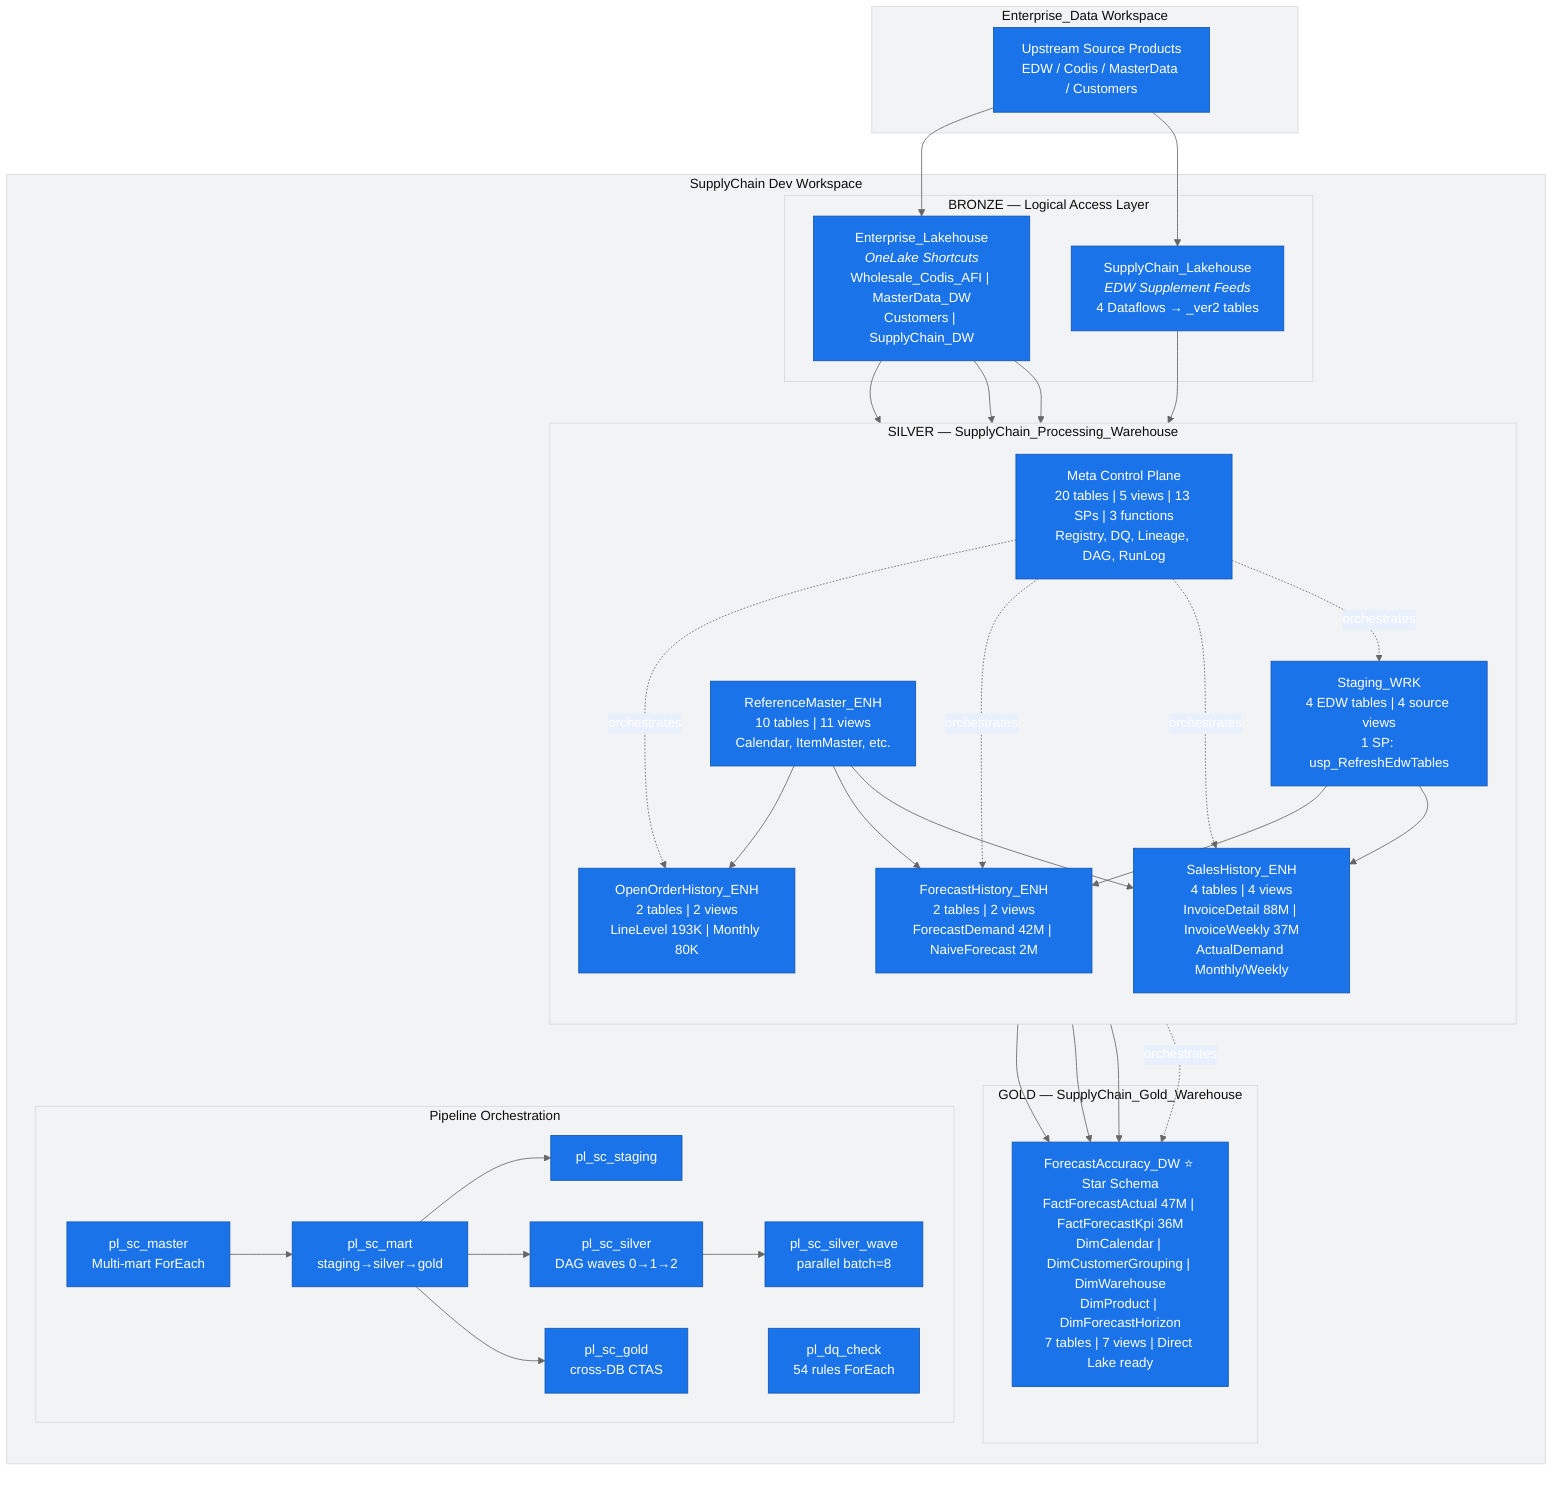
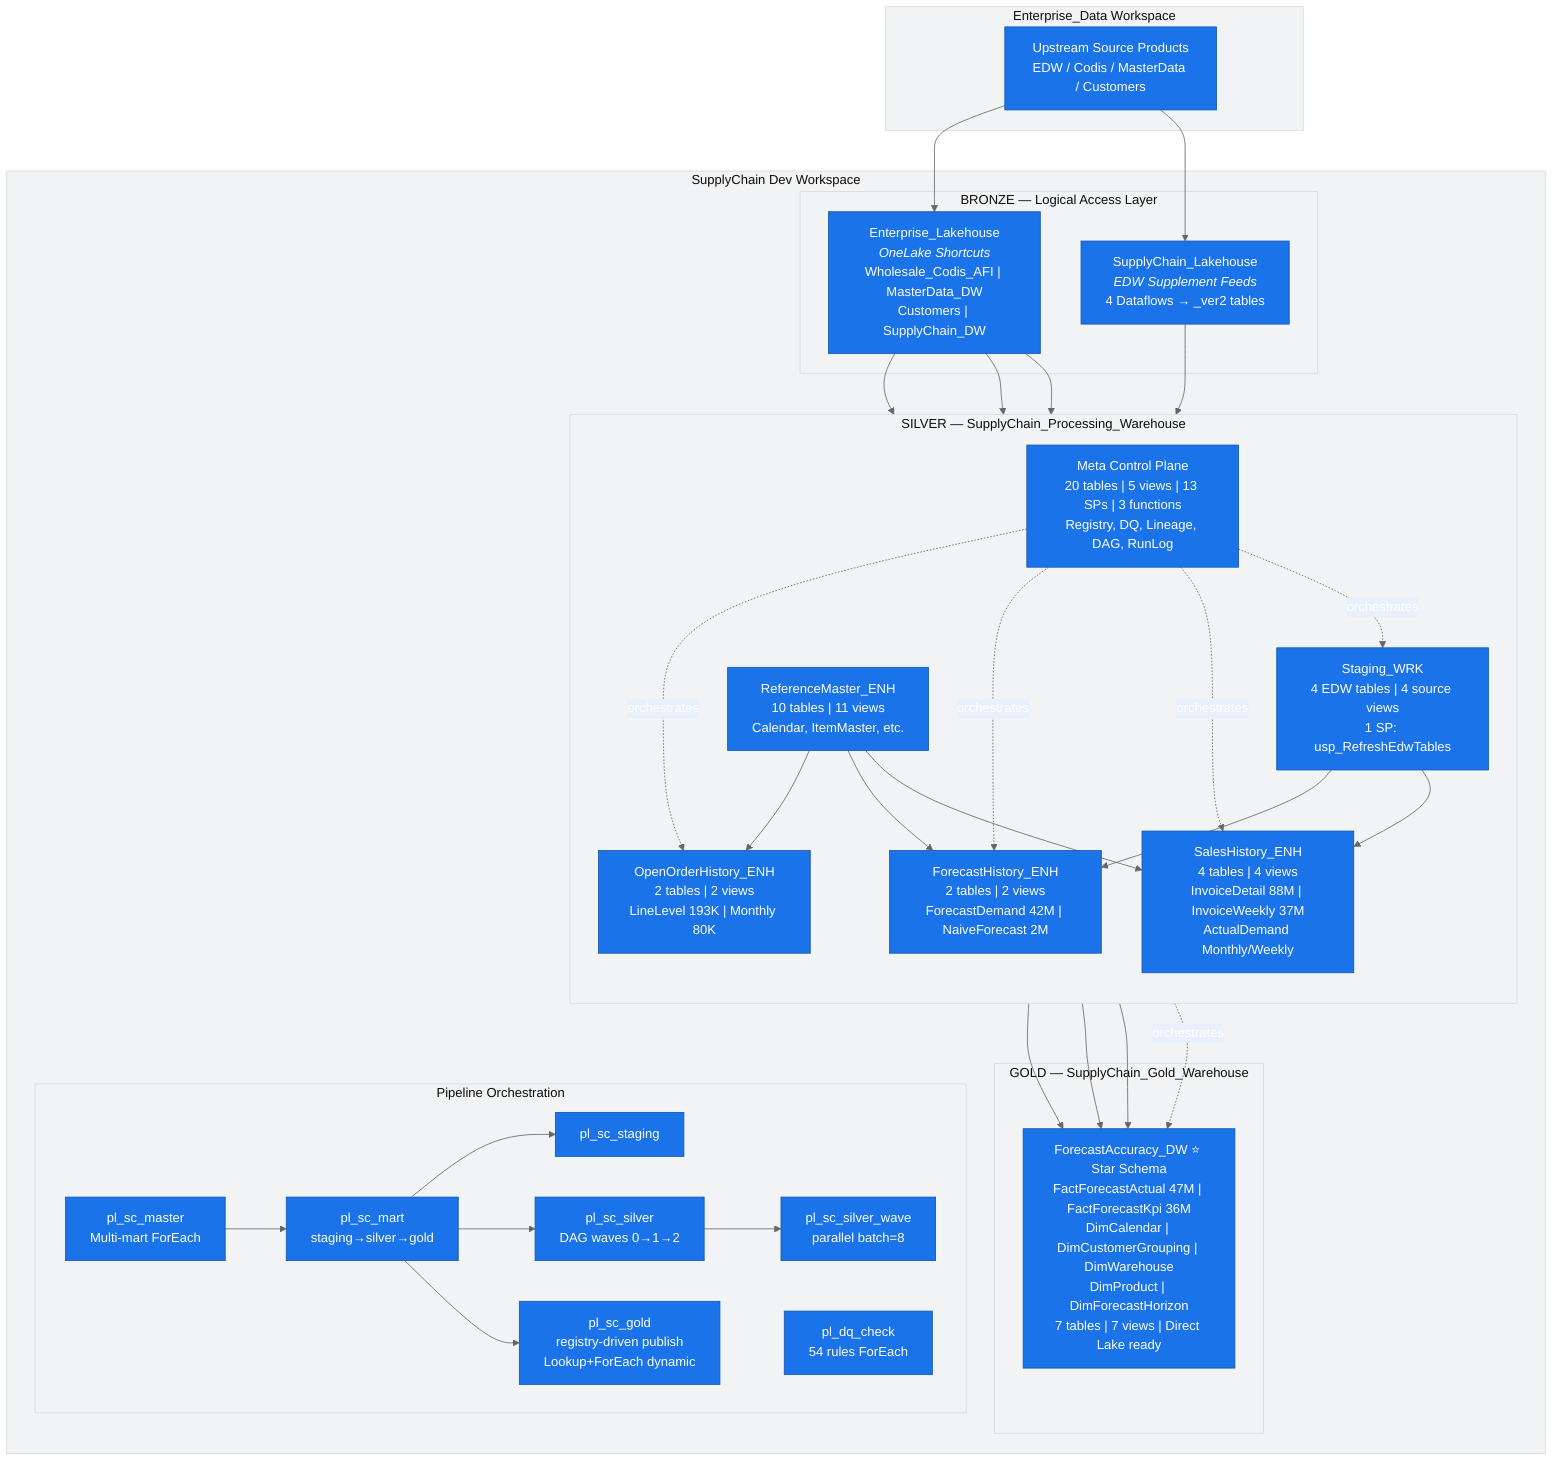
%%{init: {'theme': 'base', 'themeVariables': {'primaryColor': '#1a73e8', 'primaryTextColor': '#fff', 'primaryBorderColor': '#1557b0', 'lineColor': '#666', 'secondaryColor': '#e8f0fe', 'tertiaryColor': '#f1f3f4'}}}%%
flowchart TB
    subgraph EXT["Enterprise_Data Workspace"]
        SRC["Upstream Source Products<br/>EDW / Codis / MasterData / Customers"]
    end

    subgraph SC["SupplyChain Dev Workspace"]
        subgraph BRONZE["BRONZE — Logical Access Layer"]
            EL["Enterprise_Lakehouse<br/><i>OneLake Shortcuts</i><br/>Wholesale_Codis_AFI | MasterData_DW<br/>Customers | SupplyChain_DW"]
            SL["SupplyChain_Lakehouse<br/><i>EDW Supplement Feeds</i><br/>4 Dataflows → _ver2 tables"]
        end

        subgraph SILVER["SILVER — SupplyChain_Processing_Warehouse"]
            direction TB
            STG["Staging_WRK<br/>4 EDW tables | 4 source views<br/>1 SP: usp_RefreshEdwTables"]
            REF["ReferenceMaster_ENH<br/>10 tables | 11 views<br/>Calendar, ItemMaster, etc."]
            SH["SalesHistory_ENH<br/>4 tables | 4 views<br/>InvoiceDetail 88M | InvoiceWeekly 37M<br/>ActualDemand Monthly/Weekly"]
            FH["ForecastHistory_ENH<br/>2 tables | 2 views<br/>ForecastDemand 42M | NaiveForecast 2M"]
            OH["OpenOrderHistory_ENH<br/>2 tables | 2 views<br/>LineLevel 193K | Monthly 80K"]
            META["Meta Control Plane<br/>20 tables | 5 views | 13 SPs | 3 functions<br/>Registry, DQ, Lineage, DAG, RunLog"]
        end

        subgraph GOLD["GOLD — SupplyChain_Gold_Warehouse"]
            FA["ForecastAccuracy_DW ⭐ Star Schema<br/>FactForecastActual 47M | FactForecastKpi 36M<br/>DimCalendar | DimCustomerGrouping | DimWarehouse<br/>DimProduct | DimForecastHorizon<br/>7 tables | 7 views | Direct Lake ready"]
        end

        subgraph PIPE["Pipeline Orchestration"]
            PM["pl_sc_master<br/>Multi-mart ForEach"]
            PMT["pl_sc_mart<br/>staging→silver→gold"]
            PS["pl_sc_staging"]
            PSV["pl_sc_silver<br/>DAG waves 0→1→2"]
            PSW["pl_sc_silver_wave<br/>parallel batch=8"]
-             PG["pl_sc_gold<br/>cross-DB CTAS"]
+             PG["pl_sc_gold<br/>registry-driven publish<br/>Lookup+ForEach dynamic"]
            PDQ["pl_dq_check<br/>54 rules ForEach"]
        end
    end

    SRC --> EL
    SRC --> SL
    EL --> STG
    SL --> STG
    EL --> REF
    STG --> SH
    STG --> FH
    REF --> SH
    REF --> FH
    REF --> OH
    EL --> OH
    SH --> FA
    FH --> FA
    OH --> FA
    META -.->|orchestrates| STG
    META -.->|orchestrates| SH
    META -.->|orchestrates| FH
    META -.->|orchestrates| OH
    META -.->|orchestrates| FA
    PM --> PMT
    PMT --> PS
    PMT --> PSV
    PMT --> PG
    PSV --> PSW
